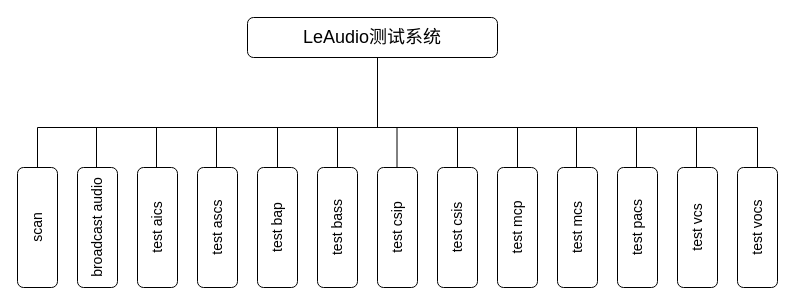
barry87513/home keeps this draw.io diagram as le audio测试框架.drawio. Above is the earlier version. Source tidied: cells renumbered, new cells numbered last; positions are measured from the earlier drawing's top-left corner, leaving out a move shared by most shapes. Both pictures are drawn from the tidied source at 100%, with x=0, y=0 at pixel (-23, 17).
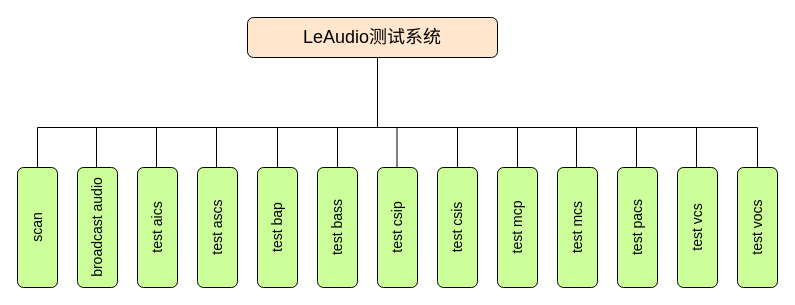
After the change.

Commit message (it also covers changes not shown here):
更新le audio测试框架.drawio

What changed in the source:
```diff
@@
-    <mxCell id="2" value="&lt;font style=&quot;font-size: 14px;&quot;&gt;scan&lt;/font&gt;" style="rounded=1;whiteSpace=wrap;html=1;rotation=-90;" parent="1" vertex="1">
+    <mxCell id="2" value="&lt;font style=&quot;font-size: 14px;&quot;&gt;scan&lt;/font&gt;" style="rounded=1;whiteSpace=wrap;html=1;rotation=-90;fillColor=#CCFF99;" parent="1" vertex="1">
       <mxGeometry y="190" width="120" height="40" as="geometry" />
     </mxCell>
-    <mxCell id="3" value="&lt;font style=&quot;font-size: 14px;&quot;&gt;broadcast audio&lt;/font&gt;" style="rounded=1;whiteSpace=wrap;html=1;rotation=-90;" parent="1" vertex="1">
+    <mxCell id="3" value="&lt;font style=&quot;font-size: 14px;&quot;&gt;broadcast audio&lt;/font&gt;" style="rounded=1;whiteSpace=wrap;html=1;rotation=-90;fillColor=#CCFF99;" parent="1" vertex="1">
       <mxGeometry x="60" y="190" width="120" height="40" as="geometry" />
     </mxCell>
-    <mxCell id="4" value="&lt;font style=&quot;font-size: 14px;&quot;&gt;test aics&lt;/font&gt;" style="rounded=1;whiteSpace=wrap;html=1;rotation=-90;" parent="1" vertex="1">
+    <mxCell id="4" value="&lt;font style=&quot;font-size: 14px;&quot;&gt;test aics&lt;/font&gt;" style="rounded=1;whiteSpace=wrap;html=1;rotation=-90;fillColor=#CCFF99;" parent="1" vertex="1">
       <mxGeometry x="120" y="190" width="120" height="40" as="geometry" />
     </mxCell>
-    <mxCell id="5" value="&lt;font style=&quot;font-size: 14px;&quot;&gt;test ascs&lt;/font&gt;" style="rounded=1;whiteSpace=wrap;html=1;rotation=-90;" parent="1" vertex="1">
+    <mxCell id="5" value="&lt;font style=&quot;font-size: 14px;&quot;&gt;test ascs&lt;/font&gt;" style="rounded=1;whiteSpace=wrap;html=1;rotation=-90;fillColor=#CCFF99;" parent="1" vertex="1">
       <mxGeometry x="180" y="190" width="120" height="40" as="geometry" />
     </mxCell>
-    <mxCell id="6" value="&lt;font style=&quot;font-size: 14px;&quot;&gt;test bap&lt;/font&gt;" style="rounded=1;whiteSpace=wrap;html=1;rotation=-90;" parent="1" vertex="1">
+    <mxCell id="6" value="&lt;font style=&quot;font-size: 14px;&quot;&gt;test bap&lt;/font&gt;" style="rounded=1;whiteSpace=wrap;html=1;rotation=-90;fillColor=#CCFF99;" parent="1" vertex="1">
       <mxGeometry x="240" y="190" width="120" height="40" as="geometry" />
     </mxCell>
-    <mxCell id="7" value="&lt;font style=&quot;font-size: 14px;&quot;&gt;test bass&lt;/font&gt;" style="rounded=1;whiteSpace=wrap;html=1;rotation=-90;" parent="1" vertex="1">
+    <mxCell id="7" value="&lt;font style=&quot;font-size: 14px;&quot;&gt;test bass&lt;/font&gt;" style="rounded=1;whiteSpace=wrap;html=1;rotation=-90;fillColor=#CCFF99;" parent="1" vertex="1">
       <mxGeometry x="300" y="190" width="120" height="40" as="geometry" />
     </mxCell>
-    <mxCell id="8" value="&lt;font style=&quot;font-size: 14px;&quot;&gt;test csip&lt;/font&gt;" style="rounded=1;whiteSpace=wrap;html=1;rotation=-90;" parent="1" vertex="1">
+    <mxCell id="8" value="&lt;font style=&quot;font-size: 14px;&quot;&gt;test csip&lt;/font&gt;" style="rounded=1;whiteSpace=wrap;html=1;rotation=-90;fillColor=#CCFF99;" parent="1" vertex="1">
       <mxGeometry x="360" y="190" width="120" height="40" as="geometry" />
     </mxCell>
-    <mxCell id="9" value="&lt;font style=&quot;font-size: 14px;&quot;&gt;test csis&lt;/font&gt;" style="rounded=1;whiteSpace=wrap;html=1;rotation=-90;" parent="1" vertex="1">
+    <mxCell id="9" value="&lt;font style=&quot;font-size: 14px;&quot;&gt;test csis&lt;/font&gt;" style="rounded=1;whiteSpace=wrap;html=1;rotation=-90;fillColor=#CCFF99;" parent="1" vertex="1">
       <mxGeometry x="420" y="190" width="120" height="40" as="geometry" />
     </mxCell>
-    <mxCell id="10" value="&lt;font style=&quot;font-size: 14px;&quot;&gt;test mcp&lt;/font&gt;" style="rounded=1;whiteSpace=wrap;html=1;rotation=-90;" parent="1" vertex="1">
+    <mxCell id="10" value="&lt;font style=&quot;font-size: 14px;&quot;&gt;test mcp&lt;/font&gt;" style="rounded=1;whiteSpace=wrap;html=1;rotation=-90;fillColor=#CCFF99;" parent="1" vertex="1">
       <mxGeometry x="480" y="190" width="120" height="40" as="geometry" />
     </mxCell>
-    <mxCell id="11" value="&lt;font style=&quot;font-size: 14px;&quot;&gt;test mcs&lt;/font&gt;" style="rounded=1;whiteSpace=wrap;html=1;rotation=-90;" parent="1" vertex="1">
+    <mxCell id="11" value="&lt;font style=&quot;font-size: 14px;&quot;&gt;test mcs&lt;/font&gt;" style="rounded=1;whiteSpace=wrap;html=1;rotation=-90;fillColor=#CCFF99;" parent="1" vertex="1">
       <mxGeometry x="540" y="190" width="120" height="40" as="geometry" />
     </mxCell>
-    <mxCell id="12" value="&lt;font style=&quot;font-size: 14px;&quot;&gt;test pacs&lt;/font&gt;" style="rounded=1;whiteSpace=wrap;html=1;rotation=-90;" parent="1" vertex="1">
+    <mxCell id="12" value="&lt;font style=&quot;font-size: 14px;&quot;&gt;test pacs&lt;/font&gt;" style="rounded=1;whiteSpace=wrap;html=1;rotation=-90;fillColor=#CCFF99;" parent="1" vertex="1">
       <mxGeometry x="600" y="190" width="120" height="40" as="geometry" />
     </mxCell>
-    <mxCell id="13" value="&lt;font style=&quot;font-size: 14px;&quot;&gt;test vcs&lt;/font&gt;" style="rounded=1;whiteSpace=wrap;html=1;rotation=-90;" parent="1" vertex="1">
+    <mxCell id="13" value="&lt;font style=&quot;font-size: 14px;&quot;&gt;test vcs&lt;/font&gt;" style="rounded=1;whiteSpace=wrap;html=1;rotation=-90;fillColor=#CCFF99;" parent="1" vertex="1">
       <mxGeometry x="660" y="190" width="120" height="40" as="geometry" />
     </mxCell>
-    <mxCell id="14" value="&lt;font style=&quot;font-size: 18px;&quot;&gt;LeAudio测试系统&lt;/font&gt;" style="rounded=1;whiteSpace=wrap;html=1;" parent="1" vertex="1">
+    <mxCell id="14" value="&lt;font style=&quot;font-size: 18px;&quot;&gt;LeAudio测试系统&lt;/font&gt;" style="rounded=1;whiteSpace=wrap;html=1;fillColor=#FFE6CC;" parent="1" vertex="1">
       <mxGeometry x="270" width="250" height="40" as="geometry" />
     </mxCell>
-    <mxCell id="15" value="&lt;font style=&quot;font-size: 14px;&quot;&gt;test vocs&lt;/font&gt;" style="rounded=1;whiteSpace=wrap;html=1;rotation=-90;" parent="1" vertex="1">
+    <mxCell id="15" value="&lt;font style=&quot;font-size: 14px;&quot;&gt;test vocs&lt;/font&gt;" style="rounded=1;whiteSpace=wrap;html=1;rotation=-90;fillColor=#CCFF99;" parent="1" vertex="1">
       <mxGeometry x="720" y="190" width="120" height="40" as="geometry" />
     </mxCell>
```
